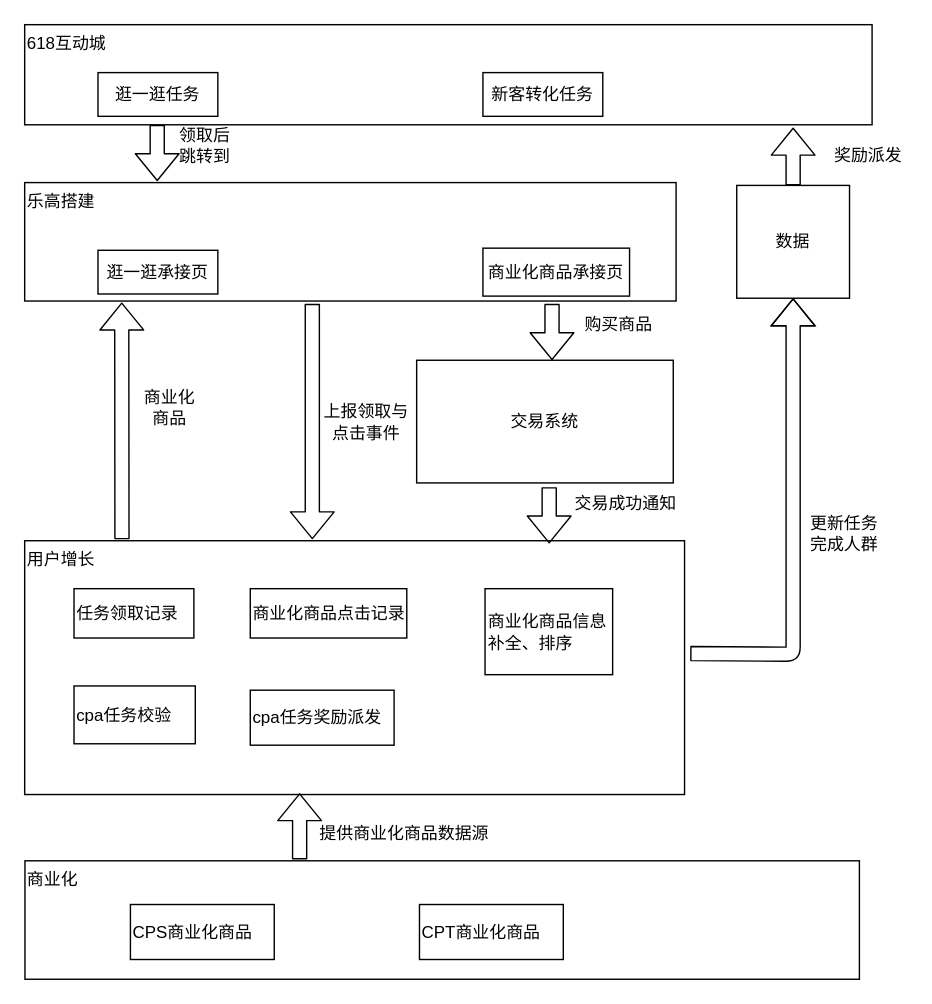
This is 618互动城技术架构.drawio from zengnm/diagrams, a draw.io file, before an edit. Source tidied: cells renumbered, new cells numbered last; positions are measured from the earlier drawing's top-left corner, leaving out a move shared by most shapes. Both pictures are drawn from the tidied source at 141%, with x=0, y=0 at pixel (24, 24).
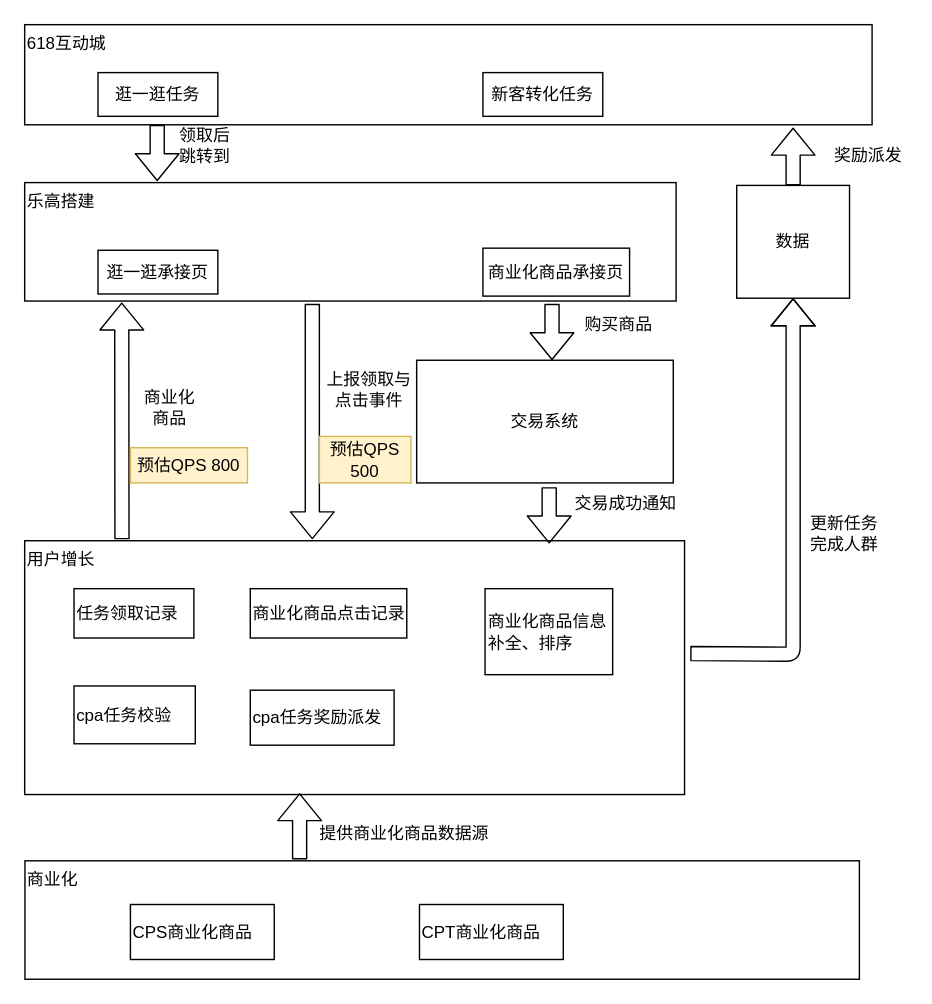
The same diagram, later.

Commit message:
Update 618互动城技术架构.drawio

What changed in the source:
```diff
@@
     <mxCell id="25" value="上报领取与点击事件" style="text;html=1;strokeColor=none;fillColor=none;align=center;verticalAlign=middle;whiteSpace=wrap;rounded=0;" parent="1" vertex="1">
-      <mxGeometry x="209" y="253.5" width="67" height="56" as="geometry" />
+      <mxGeometry x="211" y="231" width="67" height="56" as="geometry" />
     </mxCell>
@@
+    <mxCell id="35" value="预估QPS 800" style="text;html=1;strokeColor=#d6b656;fillColor=#fff2cc;align=center;verticalAlign=middle;whiteSpace=wrap;rounded=0;" parent="1" vertex="1">
+      <mxGeometry x="75" y="300" width="83" height="25" as="geometry" />
+    </mxCell>
+    <mxCell id="36" value="预估QPS 500" style="text;html=1;strokeColor=#d6b656;fillColor=#fff2cc;align=center;verticalAlign=middle;whiteSpace=wrap;rounded=0;" parent="1" vertex="1">
+      <mxGeometry x="209" y="292" width="65" height="33" as="geometry" />
+    </mxCell>
```
